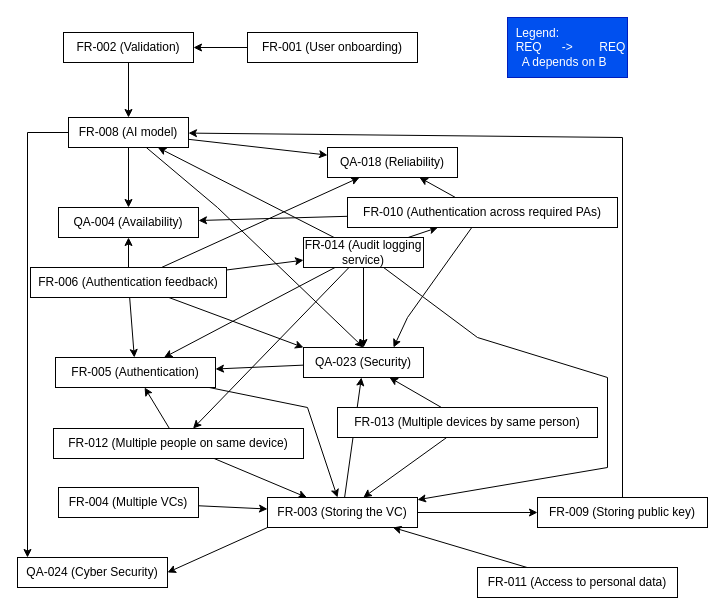
Earlier version of the draw.io diagram Complete_Graph.drawio (Dorfultariant/Architecture_Diagrams). Source tidied: cells renumbered, new cells numbered last; positions are measured from the earlier drawing's top-left corner, leaving out a move shared by most shapes. Both pictures are drawn from the tidied source at 100%, with x=0, y=0 at pixel (17, 17).
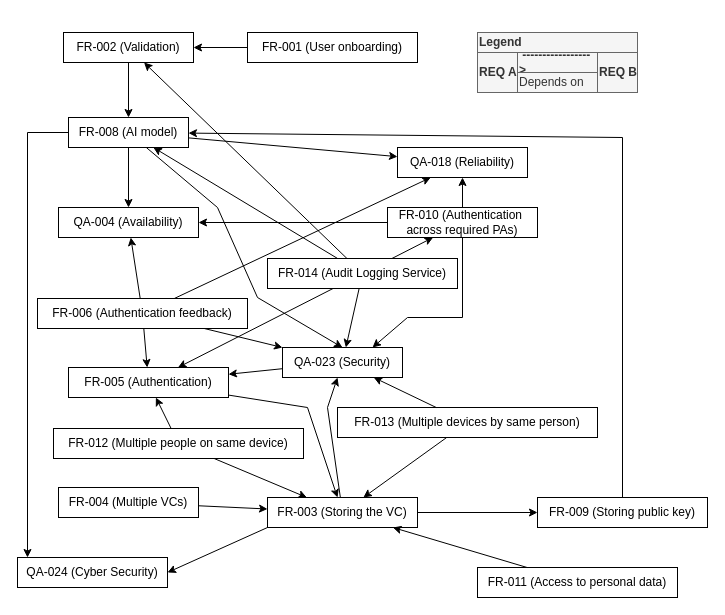
Above is the later version.

The change refers to these unchanged cells:
```xml
<mxCell id="5" value="FR-002 (Validation) " style="whiteSpace=wrap;html=1;" parent="1" vertex="1">
  <mxGeometry x="46" y="15" width="130" height="30" as="geometry" />
</mxCell>
<mxCell id="14" value=" FR-003 (Storing the VC)" style="whiteSpace=wrap;html=1;" parent="1" vertex="1">
  <mxGeometry x="250" y="480" width="150" height="30" as="geometry" />
</mxCell>
<mxCell id="30" value="FR-008 (AI model) " style="whiteSpace=wrap;html=1;" parent="1" vertex="1">
  <mxGeometry x="51" y="100" width="120" height="30" as="geometry" />
</mxCell>
<mxCell id="41" value="FR-012 (Multiple people on same device) " style="whiteSpace=wrap;html=1;" parent="1" vertex="1">
  <mxGeometry x="36" y="411" width="250" height="30" as="geometry" />
</mxCell>
```

The edit, as a diff of the source:
```diff
@@
     <mxCell id="12" style="rounded=0;jettySize=auto;html=1;" parent="1" edge="1" source="14" target="50">
-      <mxGeometry relative="1" as="geometry" />
+      <mxGeometry relative="1" as="geometry">
+        <Array as="points">
+          <mxPoint x="310" y="390" />
+        </Array>
+      </mxGeometry>
     </mxCell>
-    <mxCell id="13" style="rounded=0;jettySize=auto;html=1;startArrow=classic;startFill=1;endArrow=none;endFill=0;" parent="1" edge="1" source="14" target="51">
-      <mxGeometry relative="1" as="geometry">
-        <Array as="points">
-          <mxPoint x="590" y="450" />
-          <mxPoint x="590" y="360" />
-          <mxPoint x="460" y="320" />
-        </Array>
-      </mxGeometry>
-    </mxCell>
@@
-    <mxCell id="17" style="rounded=0;jettySize=auto;html=1;" parent="1" edge="1" source="18" target="51">
-      <mxGeometry relative="1" as="geometry" />
-    </mxCell>
     <mxCell id="18" value="FR-006 (Authentication feedback) " style="whiteSpace=wrap;html=1;" parent="1" vertex="1">
-      <mxGeometry x="13" y="250" width="196" height="30" as="geometry" />
+      <mxGeometry x="20" y="281" width="210" height="30" as="geometry" />
     </mxCell>
@@
-    <mxCell id="20" style="rounded=0;jettySize=auto;html=1;startArrow=classic;startFill=1;endArrow=none;endFill=0;" parent="1" edge="1" source="21" target="51">
-      <mxGeometry relative="1" as="geometry" />
-    </mxCell>
     <mxCell id="21" value=" FR-005 (Authentication)" style="whiteSpace=wrap;html=1;" parent="1" vertex="1">
-      <mxGeometry x="38" y="340" width="160" height="30" as="geometry" />
+      <mxGeometry x="51" y="350" width="160" height="30" as="geometry" />
     </mxCell>
@@
     <mxCell id="25" value=" QA-018 (Reliability)" style="whiteSpace=wrap;html=1;" parent="1" vertex="1">
-      <mxGeometry x="310" y="130" width="130" height="30" as="geometry" />
+      <mxGeometry x="380" y="130" width="130" height="30" as="geometry" />
     </mxCell>
@@
     <mxCell id="27" style="rounded=0;jettySize=auto;html=1;entryX=0.5;entryY=0;entryDx=0;entryDy=0;" parent="1" edge="1" source="30" target="50">
       <mxGeometry relative="1" as="geometry">
         <Array as="points">
           <mxPoint x="200" y="190" />
+          <mxPoint x="240" y="280" />
         </Array>
       </mxGeometry>
     </mxCell>
@@
-    <mxCell id="29" style="rounded=0;jettySize=auto;html=1;endArrow=none;endFill=0;startArrow=classic;startFill=1;" parent="1" edge="1" source="30" target="51">
-      <mxGeometry relative="1" as="geometry" />
-    </mxCell>
@@
     <mxCell id="33" style="rounded=0;jettySize=auto;html=1;entryX=0.75;entryY=0;entryDx=0;entryDy=0;" parent="1" edge="1" source="35" target="50">
       <mxGeometry relative="1" as="geometry">
         <Array as="points">
+          <mxPoint x="445" y="300" />
           <mxPoint x="390" y="300" />
         </Array>
       </mxGeometry>
     </mxCell>
-    <mxCell id="34" style="rounded=0;jettySize=auto;html=1;endArrow=none;endFill=0;startArrow=classic;startFill=1;" parent="1" edge="1" source="35" target="51">
-      <mxGeometry relative="1" as="geometry" />
-    </mxCell>
-    <mxCell id="35" value="FR-010 (Authentication across required PAs) " style="whiteSpace=wrap;html=1;" parent="1" vertex="1">
-      <mxGeometry x="330" y="180" width="270" height="30" as="geometry" />
+    <mxCell id="35" value="FR-010 (Authentication&amp;nbsp;&lt;div&gt;across required PAs) &lt;/div&gt;" style="whiteSpace=wrap;html=1;" parent="1" vertex="1">
+      <mxGeometry x="370" y="190" width="150" height="30" as="geometry" />
     </mxCell>
@@
-    <mxCell id="40" style="rounded=0;jettySize=auto;html=1;endArrow=none;endFill=0;startArrow=classic;startFill=1;" parent="1" edge="1" source="41" target="51">
-      <mxGeometry relative="1" as="geometry" />
-    </mxCell>
@@
-    <mxCell id="47" value="&amp;nbsp; Legend:&amp;nbsp;&lt;br&gt;&amp;nbsp; REQ&amp;nbsp; &amp;nbsp; &amp;nbsp; -&amp;gt;&amp;nbsp; &amp;nbsp; &amp;nbsp; &amp;nbsp; REQ&lt;br&gt;&amp;nbsp; &amp;nbsp; A depends on B" style="rounded=0;whiteSpace=wrap;html=1;align=left;fillColor=#0050ef;fontColor=#ffffff;strokeColor=#001DBC;" parent="1" vertex="1">
-      <mxGeometry x="490" width="120" height="60" as="geometry" />
-    </mxCell>
@@
-    <mxCell id="49" style="rounded=0;jettySize=auto;html=1;endArrow=none;endFill=0;startArrow=classic;startFill=1;" parent="1" edge="1" source="50" target="51">
-      <mxGeometry relative="1" as="geometry" />
-    </mxCell>
     <mxCell id="50" value="QA-023 (Security)" style="whiteSpace=wrap;html=1;" parent="1" vertex="1">
-      <mxGeometry x="286" y="330" width="120" height="30" as="geometry" />
+      <mxGeometry x="265" y="330" width="120" height="30" as="geometry" />
     </mxCell>
-    <mxCell id="51" value="FR-014 (Audit logging service)" style="whiteSpace=wrap;html=1;" parent="1" vertex="1">
-      <mxGeometry x="286" y="220" width="120" height="30" as="geometry" />
-    </mxCell>
+    <mxCell id="52" value="&lt;b&gt;Legend&lt;/b&gt;" style="rounded=0;whiteSpace=wrap;html=1;align=left;fillColor=#f5f5f5;fontColor=#333333;strokeColor=#666666;" parent="1" vertex="1">
+      <mxGeometry x="460" y="15" width="160" height="20" as="geometry" />
+    </mxCell>
+    <mxCell id="53" value="&lt;b&gt;REQ A&lt;/b&gt;" style="rounded=0;whiteSpace=wrap;html=1;align=left;fillColor=#f5f5f5;fontColor=#333333;strokeColor=#666666;" parent="1" vertex="1">
+      <mxGeometry x="460" y="35" width="40" height="40" as="geometry" />
+    </mxCell>
+    <mxCell id="54" value="&lt;b&gt;&amp;nbsp;-----------------&amp;gt;&lt;/b&gt;" style="rounded=0;whiteSpace=wrap;html=1;align=left;fillColor=#f5f5f5;fontColor=#333333;strokeColor=#666666;" parent="1" vertex="1">
+      <mxGeometry x="500" y="35" width="80" height="20" as="geometry" />
+    </mxCell>
+    <mxCell id="55" value="&lt;b&gt;REQ B&lt;/b&gt;" style="rounded=0;whiteSpace=wrap;html=1;align=left;fillColor=#f5f5f5;fontColor=#333333;strokeColor=#666666;" parent="1" vertex="1">
+      <mxGeometry x="580" y="35" width="40" height="40" as="geometry" />
+    </mxCell>
+    <mxCell id="56" value="Depends on" style="rounded=0;whiteSpace=wrap;html=1;align=left;fillColor=#f5f5f5;fontColor=#333333;strokeColor=#666666;" parent="1" vertex="1">
+      <mxGeometry x="500" y="55" width="80" height="20" as="geometry" />
+    </mxCell>
+    <mxCell id="57" style="rounded=0;jettySize=auto;html=1;" parent="1" edge="1" source="62" target="35">
+      <mxGeometry relative="1" as="geometry" />
+    </mxCell>
+    <mxCell id="58" style="rounded=0;jettySize=auto;html=1;" parent="1" edge="1" source="62" target="50">
+      <mxGeometry relative="1" as="geometry" />
+    </mxCell>
+    <mxCell id="59" style="rounded=0;jettySize=auto;html=1;" parent="1" edge="1" source="62" target="21">
+      <mxGeometry relative="1" as="geometry" />
+    </mxCell>
+    <mxCell id="60" style="rounded=0;jettySize=auto;html=1;" parent="1" edge="1" source="62" target="30">
+      <mxGeometry relative="1" as="geometry" />
+    </mxCell>
+    <mxCell id="61" style="rounded=0;jettySize=auto;html=1;" parent="1" edge="1" source="62" target="5">
+      <mxGeometry relative="1" as="geometry" />
+    </mxCell>
+    <mxCell id="62" value="FR-014 (Audit Logging Service) " style="whiteSpace=wrap;html=1;" parent="1" vertex="1">
+      <mxGeometry x="250" y="241" width="190" height="30" as="geometry" />
+    </mxCell>
```
